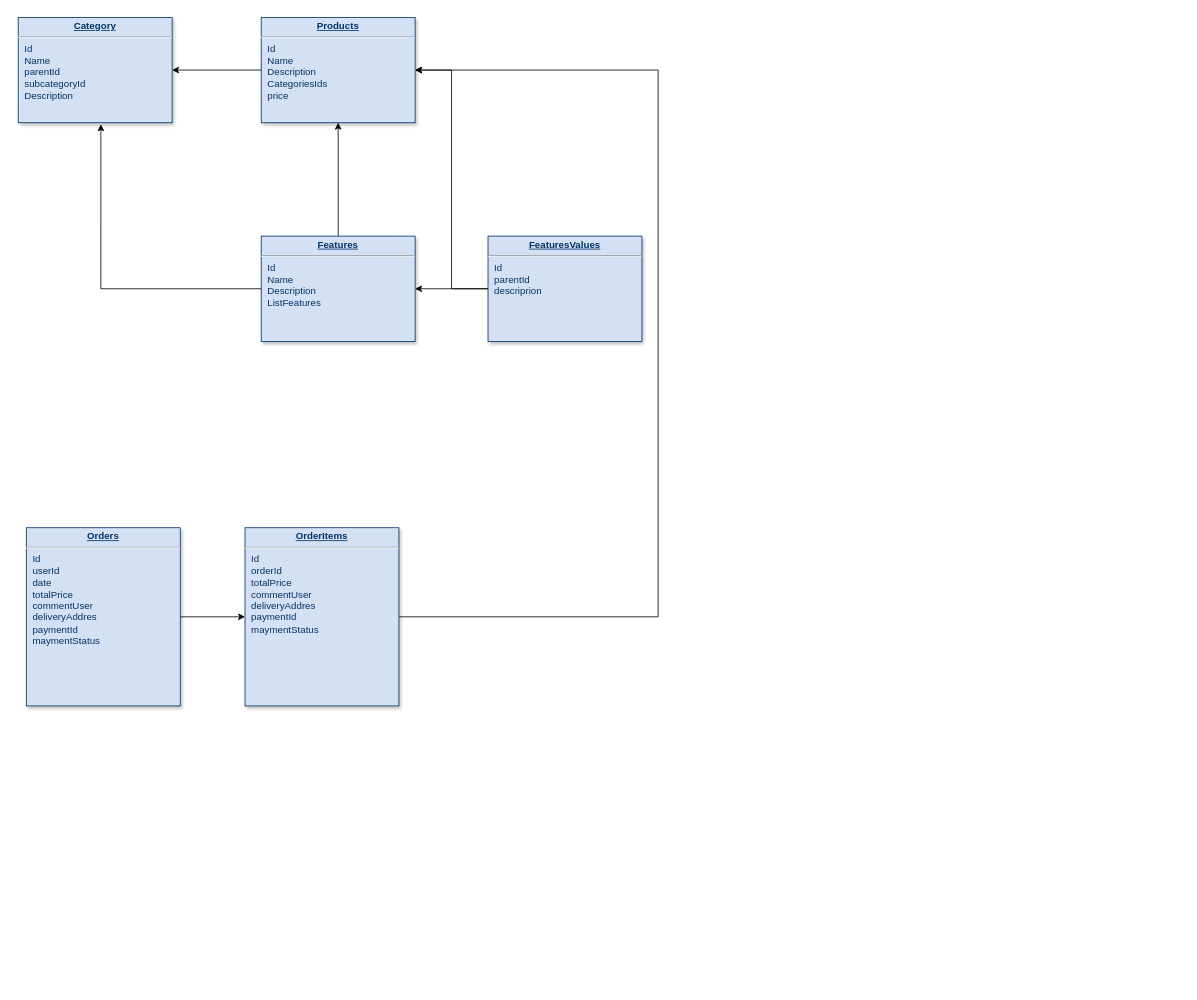
This is Untitled Diagram.drawio from agarheim/php903, a draw.io file, before an edit. Source tidied: cells renumbered, new cells numbered last; positions are measured from the earlier drawing's top-left corner, leaving out a move shared by most shapes. Both pictures are drawn from the tidied source at 81%, with x=0, y=0 at pixel (18, 17).
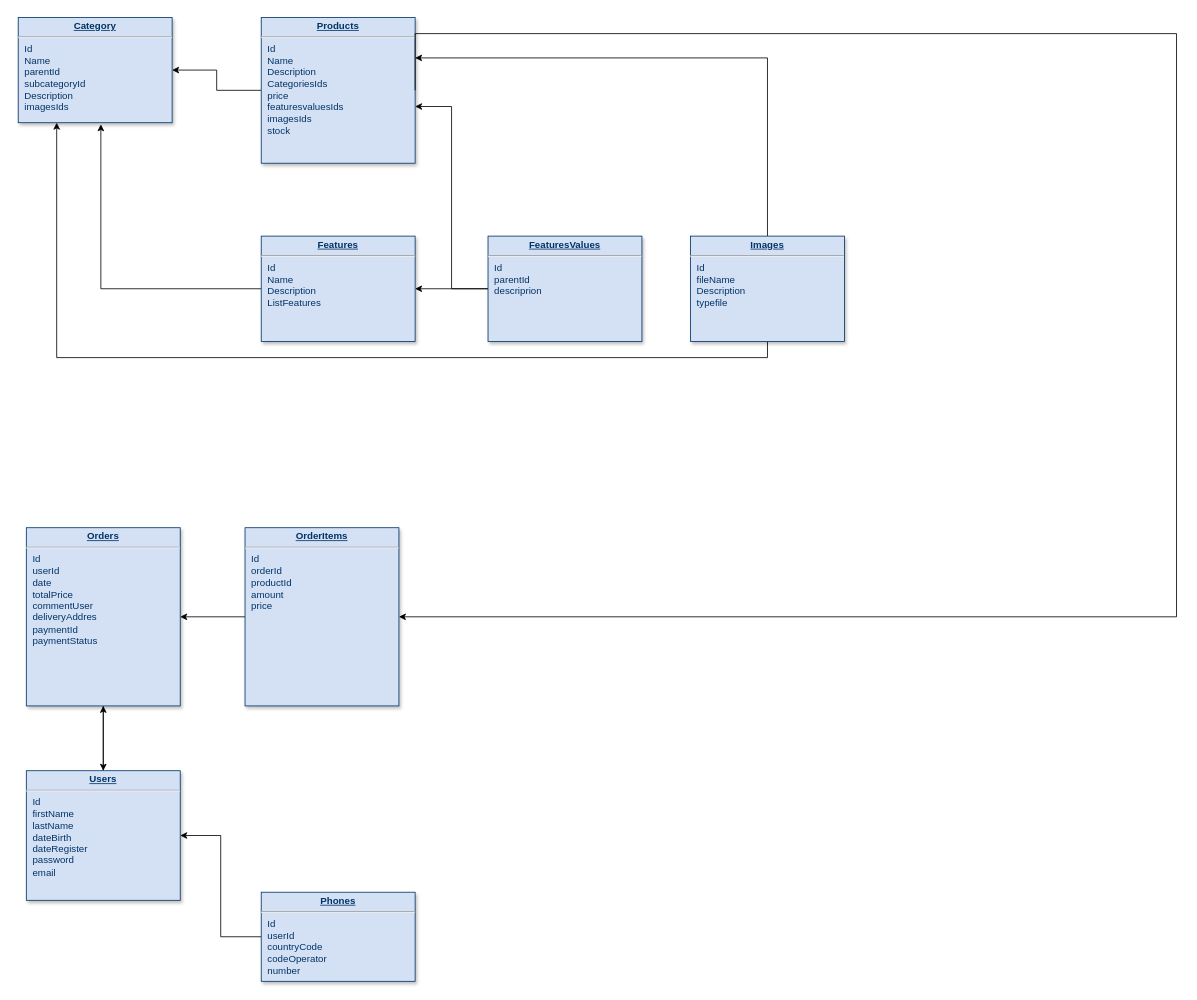
The same diagram, later.

The change refers to these unchanged cells:
```xml
<mxCell id="7" value="&lt;p style=&quot;margin: 0px; margin-top: 4px; text-align: center; text-decoration: underline;&quot;&gt;&lt;b&gt;Features&lt;/b&gt;&lt;/p&gt;&lt;hr&gt;&lt;p style=&quot;margin: 0px; margin-left: 8px;&quot;&gt;Id&lt;/p&gt;&lt;p style=&quot;margin: 0px; margin-left: 8px;&quot;&gt;Name&lt;/p&gt;&lt;p style=&quot;margin: 0px; margin-left: 8px;&quot;&gt;&lt;span style=&quot;background-color: initial;&quot;&gt;Description&lt;/span&gt;&lt;br&gt;&lt;/p&gt;&lt;p style=&quot;margin: 0px; margin-left: 8px;&quot;&gt;ListFeatures&lt;/p&gt;" style="verticalAlign=top;align=left;overflow=fill;fontSize=12;fontFamily=Helvetica;html=1;strokeColor=#003366;shadow=1;fillColor=#D4E1F5;fontColor=#003366;direction=south;" parent="1" vertex="1">
  <mxGeometry x="300" y="270" width="190" height="130" as="geometry" />
</mxCell>
<mxCell id="10" value="&lt;p style=&quot;margin: 0px; margin-top: 4px; text-align: center; text-decoration: underline;&quot;&gt;&lt;b&gt;FeaturesValues&lt;/b&gt;&lt;/p&gt;&lt;hr&gt;&lt;p style=&quot;margin: 0px; margin-left: 8px;&quot;&gt;Id&lt;/p&gt;&lt;p style=&quot;margin: 0px; margin-left: 8px;&quot;&gt;parentId&lt;/p&gt;&lt;p style=&quot;margin: 0px; margin-left: 8px;&quot;&gt;descriprion&lt;/p&gt;&lt;p style=&quot;margin: 0px; margin-left: 8px;&quot;&gt;&lt;br&gt;&lt;/p&gt;&lt;p style=&quot;margin: 0px; margin-left: 8px;&quot;&gt;&lt;br&gt;&lt;/p&gt;" style="verticalAlign=top;align=left;overflow=fill;fontSize=12;fontFamily=Helvetica;html=1;strokeColor=#003366;shadow=1;fillColor=#D4E1F5;fontColor=#003366;direction=south;" parent="1" vertex="1">
  <mxGeometry x="580" y="270" width="190" height="130" as="geometry" />
</mxCell>
```

The edit, as a diff of the source:
```diff
@@
-    <mxCell id="2" value="&lt;p style=&quot;margin: 0px; margin-top: 4px; text-align: center; text-decoration: underline;&quot;&gt;&lt;strong&gt;Category&lt;/strong&gt;&lt;/p&gt;&lt;hr&gt;&lt;p style=&quot;margin: 0px; margin-left: 8px;&quot;&gt;Id&lt;/p&gt;&lt;p style=&quot;margin: 0px; margin-left: 8px;&quot;&gt;Name&lt;/p&gt;&lt;p style=&quot;margin: 0px; margin-left: 8px;&quot;&gt;parentId&lt;/p&gt;&lt;p style=&quot;margin: 0px; margin-left: 8px;&quot;&gt;subcategoryId&lt;/p&gt;&lt;p style=&quot;margin: 0px; margin-left: 8px;&quot;&gt;Description&lt;/p&gt;&lt;p style=&quot;margin: 0px; margin-left: 8px;&quot;&gt;&lt;br&gt;&lt;/p&gt;" style="verticalAlign=top;align=left;overflow=fill;fontSize=12;fontFamily=Helvetica;html=1;strokeColor=#003366;shadow=1;fillColor=#D4E1F5;fontColor=#003366;direction=south;" parent="1" vertex="1">
+    <mxCell id="2" value="&lt;p style=&quot;margin: 0px; margin-top: 4px; text-align: center; text-decoration: underline;&quot;&gt;&lt;strong&gt;Category&lt;/strong&gt;&lt;/p&gt;&lt;hr&gt;&lt;p style=&quot;margin: 0px; margin-left: 8px;&quot;&gt;Id&lt;/p&gt;&lt;p style=&quot;margin: 0px; margin-left: 8px;&quot;&gt;Name&lt;/p&gt;&lt;p style=&quot;margin: 0px; margin-left: 8px;&quot;&gt;parentId&lt;/p&gt;&lt;p style=&quot;margin: 0px; margin-left: 8px;&quot;&gt;subcategoryId&lt;/p&gt;&lt;p style=&quot;margin: 0px; margin-left: 8px;&quot;&gt;Description&lt;/p&gt;&lt;p style=&quot;margin: 0px; margin-left: 8px;&quot;&gt;imagesIds&lt;/p&gt;" style="verticalAlign=top;align=left;overflow=fill;fontSize=12;fontFamily=Helvetica;html=1;strokeColor=#003366;shadow=1;fillColor=#D4E1F5;fontColor=#003366;direction=south;" parent="1" vertex="1">
       <mxGeometry width="190" height="130" as="geometry" />
     </mxCell>
@@
+    <mxCell id="15" style="edgeStyle=orthogonalEdgeStyle;rounded=0;jettySize=auto;html=1;" parent="1" edge="1" source="21" target="4">
+      <mxGeometry relative="1" as="geometry">
+        <Array as="points">
+          <mxPoint x="925" y="50" />
+        </Array>
+      </mxGeometry>
+    </mxCell>
-    <mxCell id="4" value="&lt;p style=&quot;margin: 0px; margin-top: 4px; text-align: center; text-decoration: underline;&quot;&gt;&lt;b&gt;Products&lt;/b&gt;&lt;/p&gt;&lt;hr&gt;&lt;p style=&quot;margin: 0px; margin-left: 8px;&quot;&gt;Id&lt;/p&gt;&lt;p style=&quot;margin: 0px; margin-left: 8px;&quot;&gt;Name&lt;/p&gt;&lt;p style=&quot;margin: 0px; margin-left: 8px;&quot;&gt;&lt;span style=&quot;background-color: initial;&quot;&gt;Description&lt;/span&gt;&lt;br&gt;&lt;/p&gt;&lt;p style=&quot;margin: 0px; margin-left: 8px;&quot;&gt;CategoriesIds&lt;/p&gt;&lt;p style=&quot;margin: 0px; margin-left: 8px;&quot;&gt;price&lt;/p&gt;" style="verticalAlign=top;align=left;overflow=fill;fontSize=12;fontFamily=Helvetica;html=1;strokeColor=#003366;shadow=1;fillColor=#D4E1F5;fontColor=#003366;direction=south;" parent="1" vertex="1">
-      <mxGeometry x="300" width="190" height="130" as="geometry" />
+    <mxCell id="4" value="&lt;p style=&quot;margin: 0px; margin-top: 4px; text-align: center; text-decoration: underline;&quot;&gt;&lt;b&gt;Products&lt;/b&gt;&lt;/p&gt;&lt;hr&gt;&lt;p style=&quot;margin: 0px; margin-left: 8px;&quot;&gt;Id&lt;/p&gt;&lt;p style=&quot;margin: 0px; margin-left: 8px;&quot;&gt;Name&lt;/p&gt;&lt;p style=&quot;margin: 0px; margin-left: 8px;&quot;&gt;&lt;span style=&quot;background-color: initial;&quot;&gt;Description&lt;/span&gt;&lt;br&gt;&lt;/p&gt;&lt;p style=&quot;margin: 0px; margin-left: 8px;&quot;&gt;CategoriesIds&lt;/p&gt;&lt;p style=&quot;margin: 0px; margin-left: 8px;&quot;&gt;price&lt;/p&gt;&lt;p style=&quot;margin: 0px; margin-left: 8px;&quot;&gt;featuresvaluesIds&lt;/p&gt;&lt;p style=&quot;margin: 0px; margin-left: 8px;&quot;&gt;imagesIds&lt;/p&gt;&lt;p style=&quot;margin: 0px; margin-left: 8px;&quot;&gt;stock&lt;/p&gt;&lt;p style=&quot;margin: 0px; margin-left: 8px;&quot;&gt;&lt;br&gt;&lt;/p&gt;&lt;p style=&quot;margin: 0px; margin-left: 8px;&quot;&gt;&lt;br&gt;&lt;/p&gt;" style="verticalAlign=top;align=left;overflow=fill;fontSize=12;fontFamily=Helvetica;html=1;strokeColor=#003366;shadow=1;fillColor=#D4E1F5;fontColor=#003366;direction=south;" parent="1" vertex="1">
+      <mxGeometry x="300" width="190" height="180" as="geometry" />
     </mxCell>
-    <mxCell id="5" style="edgeStyle=orthogonalEdgeStyle;rounded=0;jettySize=auto;html=1;entryX=1;entryY=0.5;entryDx=0;entryDy=0;" parent="1" edge="1" source="7" target="4">
-      <mxGeometry relative="1" as="geometry" />
-    </mxCell>
@@
-    <mxCell id="9" style="edgeStyle=orthogonalEdgeStyle;rounded=0;jettySize=auto;html=1;entryX=0.5;entryY=0;entryDx=0;entryDy=0;" parent="1" edge="1" source="10" target="4">
-      <mxGeometry relative="1" as="geometry" />
+    <mxCell id="9" style="edgeStyle=orthogonalEdgeStyle;rounded=0;jettySize=auto;html=1;" parent="1" edge="1" source="10">
+      <mxGeometry relative="1" as="geometry">
+        <mxPoint x="490" y="110" as="targetPoint" />
+        <Array as="points">
+          <mxPoint x="535" y="335" />
+          <mxPoint x="535" y="110" />
+          <mxPoint x="490" y="110" />
+        </Array>
+      </mxGeometry>
     </mxCell>
@@
-    <mxCell id="11" style="edgeStyle=orthogonalEdgeStyle;rounded=0;jettySize=auto;html=1;" parent="1" edge="1" source="12" target="14">
+    <mxCell id="11" style="edgeStyle=orthogonalEdgeStyle;rounded=0;jettySize=auto;html=1;" parent="1" edge="1" source="14" target="12">
       <mxGeometry relative="1" as="geometry" />
     </mxCell>
+    <mxCell id="16" style="edgeStyle=orthogonalEdgeStyle;rounded=0;jettySize=auto;html=1;" parent="1" edge="1" source="12" target="19">
+      <mxGeometry relative="1" as="geometry" />
+    </mxCell>
-    <mxCell id="12" value="&lt;p style=&quot;margin: 0px; margin-top: 4px; text-align: center; text-decoration: underline;&quot;&gt;&lt;b&gt;Orders&lt;/b&gt;&lt;/p&gt;&lt;hr&gt;&lt;p style=&quot;margin: 0px; margin-left: 8px;&quot;&gt;Id&lt;/p&gt;&lt;p style=&quot;margin: 0px; margin-left: 8px;&quot;&gt;userId&lt;/p&gt;&lt;p style=&quot;margin: 0px; margin-left: 8px;&quot;&gt;date&lt;/p&gt;&lt;p style=&quot;margin: 0px; margin-left: 8px;&quot;&gt;totalPrice&lt;/p&gt;&lt;p style=&quot;margin: 0px; margin-left: 8px;&quot;&gt;commentUser&lt;/p&gt;&lt;p style=&quot;margin: 0px; margin-left: 8px;&quot;&gt;deliveryAddres&lt;/p&gt;&lt;p style=&quot;margin: 0px; margin-left: 8px;&quot;&gt;paymentId&lt;/p&gt;&lt;p style=&quot;margin: 0px; margin-left: 8px;&quot;&gt;maymentStatus&lt;/p&gt;&lt;p style=&quot;margin: 0px; margin-left: 8px;&quot;&gt;&lt;br&gt;&lt;/p&gt;" style="verticalAlign=top;align=left;overflow=fill;fontSize=12;fontFamily=Helvetica;html=1;strokeColor=#003366;shadow=1;fillColor=#D4E1F5;fontColor=#003366;direction=south;" parent="1" vertex="1">
+    <mxCell id="12" value="&lt;p style=&quot;margin: 0px; margin-top: 4px; text-align: center; text-decoration: underline;&quot;&gt;&lt;b&gt;Orders&lt;/b&gt;&lt;/p&gt;&lt;hr&gt;&lt;p style=&quot;margin: 0px; margin-left: 8px;&quot;&gt;Id&lt;/p&gt;&lt;p style=&quot;margin: 0px; margin-left: 8px;&quot;&gt;userId&lt;/p&gt;&lt;p style=&quot;margin: 0px; margin-left: 8px;&quot;&gt;date&lt;/p&gt;&lt;p style=&quot;margin: 0px; margin-left: 8px;&quot;&gt;totalPrice&lt;/p&gt;&lt;p style=&quot;margin: 0px; margin-left: 8px;&quot;&gt;commentUser&lt;/p&gt;&lt;p style=&quot;margin: 0px; margin-left: 8px;&quot;&gt;deliveryAddres&lt;/p&gt;&lt;p style=&quot;margin: 0px; margin-left: 8px;&quot;&gt;paymentId&lt;/p&gt;&lt;p style=&quot;margin: 0px; margin-left: 8px;&quot;&gt;paymentStatus&lt;/p&gt;&lt;p style=&quot;margin: 0px; margin-left: 8px;&quot;&gt;&lt;br&gt;&lt;/p&gt;" style="verticalAlign=top;align=left;overflow=fill;fontSize=12;fontFamily=Helvetica;html=1;strokeColor=#003366;shadow=1;fillColor=#D4E1F5;fontColor=#003366;direction=south;" parent="1" vertex="1">
       <mxGeometry x="10" y="630" width="190" height="220" as="geometry" />
     </mxCell>
-    <mxCell id="13" style="edgeStyle=orthogonalEdgeStyle;rounded=0;jettySize=auto;html=1;entryX=0.5;entryY=0;entryDx=0;entryDy=0;" parent="1" edge="1" source="14" target="4">
+    <mxCell id="13" style="edgeStyle=orthogonalEdgeStyle;rounded=0;jettySize=auto;html=1;exitX=0.5;exitY=0;exitDx=0;exitDy=0;" parent="1" edge="1" source="4" target="14">
       <mxGeometry relative="1" as="geometry">
         <Array as="points">
-          <mxPoint x="790" y="740" />
-          <mxPoint x="790" y="65" />
+          <mxPoint x="490" y="20" />
+          <mxPoint x="1430" y="20" />
+          <mxPoint x="1430" y="740" />
         </Array>
       </mxGeometry>
     </mxCell>
-    <mxCell id="14" value="&lt;p style=&quot;margin: 0px; margin-top: 4px; text-align: center; text-decoration: underline;&quot;&gt;&lt;b&gt;OrderItems&lt;/b&gt;&lt;/p&gt;&lt;hr&gt;&lt;p style=&quot;margin: 0px; margin-left: 8px;&quot;&gt;Id&lt;/p&gt;&lt;p style=&quot;margin: 0px; margin-left: 8px;&quot;&gt;orderId&lt;/p&gt;&lt;p style=&quot;margin: 0px; margin-left: 8px;&quot;&gt;totalPrice&lt;/p&gt;&lt;p style=&quot;margin: 0px; margin-left: 8px;&quot;&gt;commentUser&lt;/p&gt;&lt;p style=&quot;margin: 0px; margin-left: 8px;&quot;&gt;deliveryAddres&lt;/p&gt;&lt;p style=&quot;margin: 0px; margin-left: 8px;&quot;&gt;paymentId&lt;/p&gt;&lt;p style=&quot;margin: 0px; margin-left: 8px;&quot;&gt;maymentStatus&lt;/p&gt;&lt;p style=&quot;margin: 0px; margin-left: 8px;&quot;&gt;&lt;br&gt;&lt;/p&gt;" style="verticalAlign=top;align=left;overflow=fill;fontSize=12;fontFamily=Helvetica;html=1;strokeColor=#003366;shadow=1;fillColor=#D4E1F5;fontColor=#003366;direction=south;" parent="1" vertex="1">
+    <mxCell id="14" value="&lt;p style=&quot;margin: 0px; margin-top: 4px; text-align: center; text-decoration: underline;&quot;&gt;&lt;b&gt;OrderItems&lt;/b&gt;&lt;/p&gt;&lt;hr&gt;&lt;p style=&quot;margin: 0px; margin-left: 8px;&quot;&gt;Id&lt;/p&gt;&lt;p style=&quot;margin: 0px; margin-left: 8px;&quot;&gt;orderId&lt;/p&gt;&lt;p style=&quot;margin: 0px; margin-left: 8px;&quot;&gt;productId&lt;/p&gt;&lt;p style=&quot;margin: 0px; margin-left: 8px;&quot;&gt;amount&lt;/p&gt;&lt;p style=&quot;margin: 0px; margin-left: 8px;&quot;&gt;price&lt;/p&gt;&lt;p style=&quot;margin: 0px; margin-left: 8px;&quot;&gt;&lt;br&gt;&lt;/p&gt;&lt;p style=&quot;margin: 0px; margin-left: 8px;&quot;&gt;&lt;br&gt;&lt;/p&gt;&lt;p style=&quot;margin: 0px; margin-left: 8px;&quot;&gt;&lt;br&gt;&lt;/p&gt;" style="verticalAlign=top;align=left;overflow=fill;fontSize=12;fontFamily=Helvetica;html=1;strokeColor=#003366;shadow=1;fillColor=#D4E1F5;fontColor=#003366;direction=south;" parent="1" vertex="1">
       <mxGeometry x="280" y="630" width="190" height="220" as="geometry" />
     </mxCell>
+    <mxCell id="17" style="edgeStyle=orthogonalEdgeStyle;rounded=0;jettySize=auto;html=1;entryX=1;entryY=0.5;entryDx=0;entryDy=0;" parent="1" edge="1" source="19" target="12">
+      <mxGeometry relative="1" as="geometry" />
+    </mxCell>
+    <mxCell id="18" style="edgeStyle=orthogonalEdgeStyle;rounded=0;jettySize=auto;html=1;" parent="1" edge="1" source="22" target="19">
+      <mxGeometry relative="1" as="geometry" />
+    </mxCell>
+    <mxCell id="19" value="&lt;p style=&quot;margin: 0px; margin-top: 4px; text-align: center; text-decoration: underline;&quot;&gt;&lt;b&gt;Users&lt;/b&gt;&lt;/p&gt;&lt;hr&gt;&lt;p style=&quot;margin: 0px; margin-left: 8px;&quot;&gt;Id&lt;/p&gt;&lt;p style=&quot;margin: 0px; margin-left: 8px;&quot;&gt;firstName&lt;/p&gt;&lt;p style=&quot;margin: 0px; margin-left: 8px;&quot;&gt;lastName&lt;/p&gt;&lt;p style=&quot;margin: 0px; margin-left: 8px;&quot;&gt;dateBirth&lt;/p&gt;&lt;p style=&quot;margin: 0px; margin-left: 8px;&quot;&gt;dateRegister&lt;/p&gt;&lt;p style=&quot;margin: 0px; margin-left: 8px;&quot;&gt;password&lt;/p&gt;&lt;p style=&quot;margin: 0px; margin-left: 8px;&quot;&gt;email&lt;/p&gt;&lt;p style=&quot;margin: 0px; margin-left: 8px;&quot;&gt;&lt;br&gt;&lt;/p&gt;" style="verticalAlign=top;align=left;overflow=fill;fontSize=12;fontFamily=Helvetica;html=1;strokeColor=#003366;shadow=1;fillColor=#D4E1F5;fontColor=#003366;direction=south;" parent="1" vertex="1">
+      <mxGeometry x="10" y="930" width="190" height="160" as="geometry" />
+    </mxCell>
+    <mxCell id="20" style="edgeStyle=orthogonalEdgeStyle;rounded=0;jettySize=auto;html=1;exitX=1;exitY=0.5;exitDx=0;exitDy=0;entryX=1;entryY=0.75;entryDx=0;entryDy=0;" parent="1" edge="1" source="21" target="2">
+      <mxGeometry relative="1" as="geometry" />
+    </mxCell>
+    <mxCell id="21" value="&lt;p style=&quot;margin: 0px; margin-top: 4px; text-align: center; text-decoration: underline;&quot;&gt;&lt;b&gt;Images&lt;/b&gt;&lt;/p&gt;&lt;hr&gt;&lt;p style=&quot;margin: 0px; margin-left: 8px;&quot;&gt;Id&lt;/p&gt;&lt;p style=&quot;margin: 0px; margin-left: 8px;&quot;&gt;fileName&lt;/p&gt;&lt;p style=&quot;margin: 0px; margin-left: 8px;&quot;&gt;&lt;span style=&quot;background-color: initial;&quot;&gt;Description&lt;/span&gt;&lt;/p&gt;&lt;p style=&quot;margin: 0px; margin-left: 8px;&quot;&gt;typefile&lt;/p&gt;" style="verticalAlign=top;align=left;overflow=fill;fontSize=12;fontFamily=Helvetica;html=1;strokeColor=#003366;shadow=1;fillColor=#D4E1F5;fontColor=#003366;direction=south;" parent="1" vertex="1">
+      <mxGeometry x="830" y="270" width="190" height="130" as="geometry" />
+    </mxCell>
+    <mxCell id="22" value="&lt;p style=&quot;margin: 0px; margin-top: 4px; text-align: center; text-decoration: underline;&quot;&gt;&lt;b&gt;Phones&lt;/b&gt;&lt;/p&gt;&lt;hr&gt;&lt;p style=&quot;margin: 0px; margin-left: 8px;&quot;&gt;Id&lt;/p&gt;&lt;p style=&quot;margin: 0px; margin-left: 8px;&quot;&gt;userId&lt;/p&gt;&lt;p style=&quot;margin: 0px; margin-left: 8px;&quot;&gt;countryCode&lt;/p&gt;&lt;p style=&quot;margin: 0px; margin-left: 8px;&quot;&gt;codeOperator&lt;/p&gt;&lt;p style=&quot;margin: 0px; margin-left: 8px;&quot;&gt;number&lt;/p&gt;&lt;p style=&quot;margin: 0px; margin-left: 8px;&quot;&gt;&lt;br&gt;&lt;/p&gt;" style="verticalAlign=top;align=left;overflow=fill;fontSize=12;fontFamily=Helvetica;html=1;strokeColor=#003366;shadow=1;fillColor=#D4E1F5;fontColor=#003366;direction=south;" parent="1" vertex="1">
+      <mxGeometry x="300" y="1080" width="190" height="110" as="geometry" />
+    </mxCell>
```
